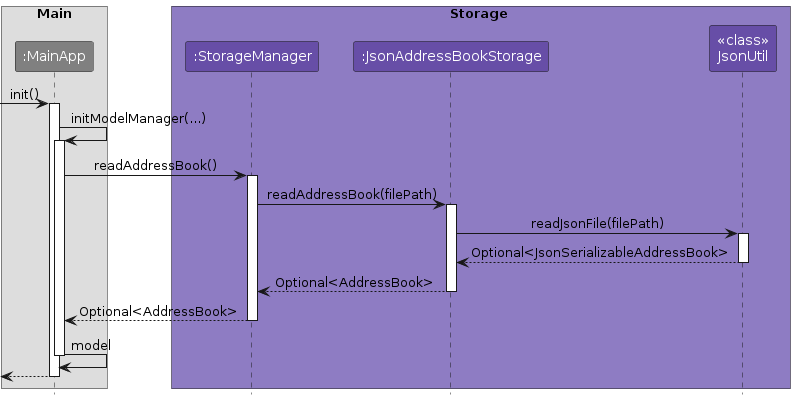
AY2324S2-CS2103T-T10-1/tp keeps this PlantUML diagram as diagrams/StorageLoadSequenceDiagram.png. Above is the earlier version. Its source is kept beside it as diagrams/StorageLoadSequenceDiagram.puml.
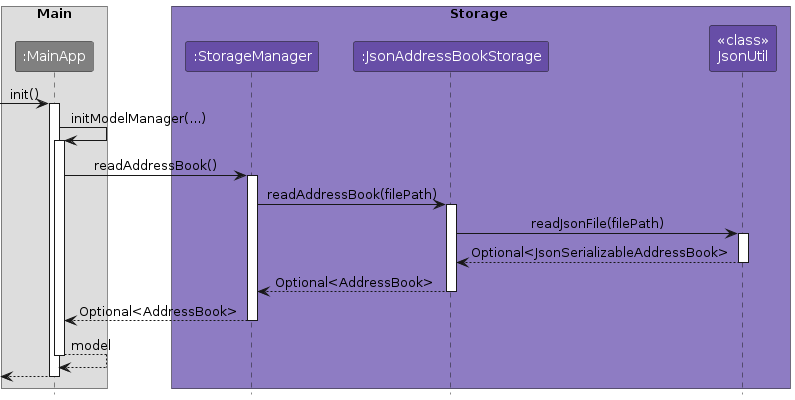
The same file after the commit.

Change to the diagram source:
```diff
@@ -36,7 +36,7 @@
 StorageManager --> MainApp : Optional<AddressBook>
 deactivate StorageManager
 
-MainApp -> MainApp : model
+MainApp --> MainApp : model
 deactivate MainApp
 
 [<-- MainApp
```
